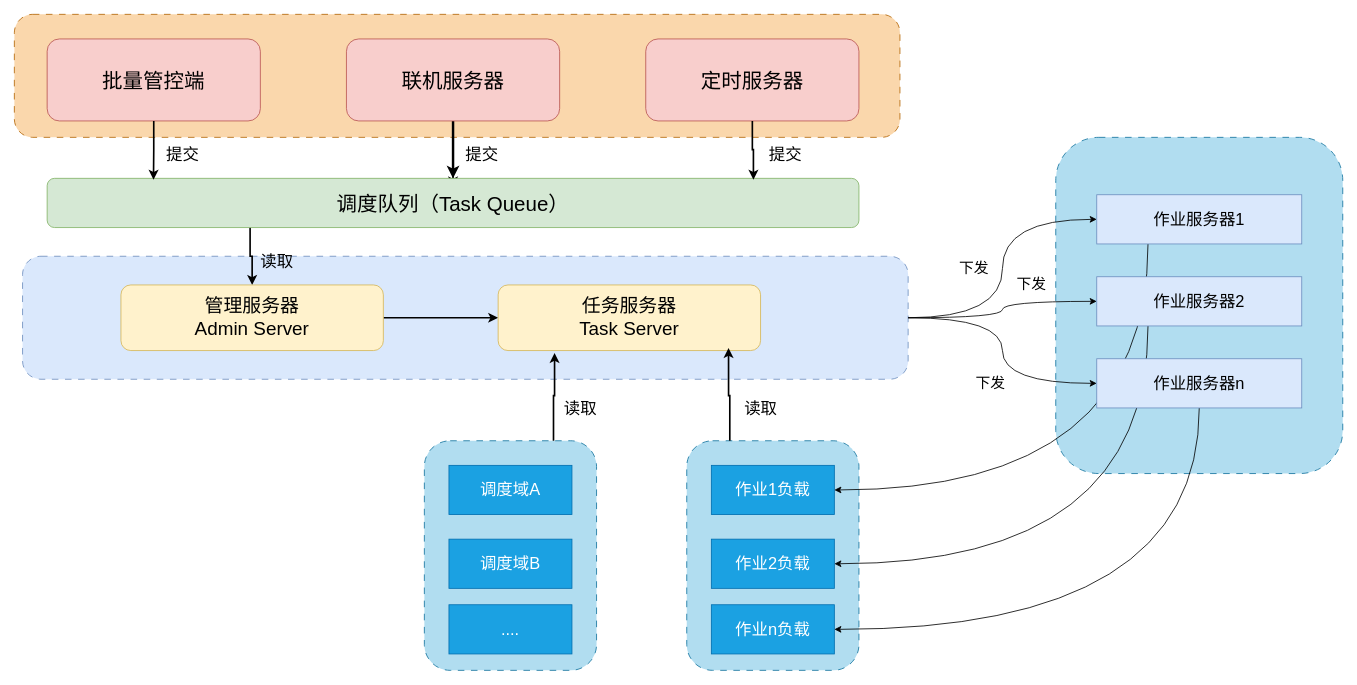
This is 批量交易.drawio from paidaxingz/draw.io, a draw.io file, before an edit. Source tidied: cells renumbered, new cells numbered last; positions are measured from the earlier drawing's top-left corner, leaving out a move shared by most shapes. Both pictures are drawn from the tidied source at 82%, with x=0, y=0 at pixel (14, 14).
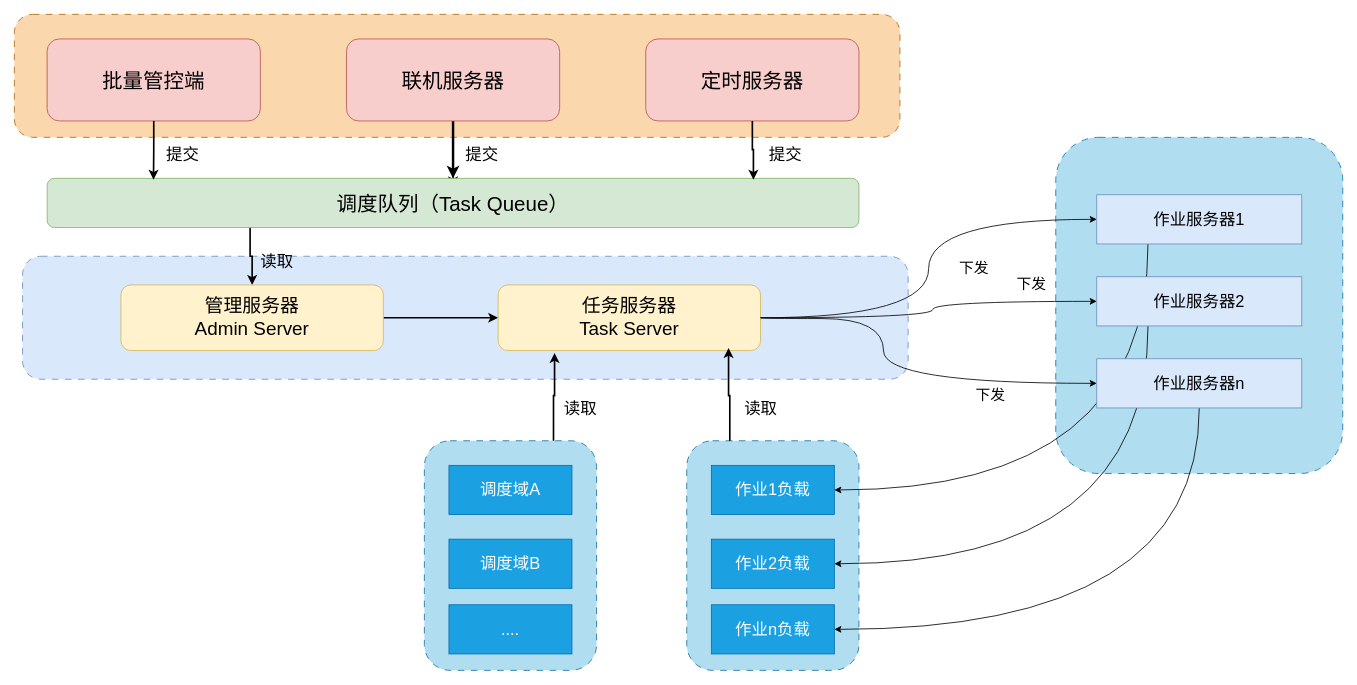
The same page after the edit.

Commit message (it also covers changes not shown here):
更新批量交易.drawio

The change refers to these unchanged cells:
```xml
<mxCell id="2" style="rounded=1;whiteSpace=wrap;html=1;dashed=1;dashPattern=8 8;fillColor=#dae8fc;strokeColor=#6c8ebf;" parent="1" vertex="1">
  <mxGeometry x="10" y="295" width="1080" height="150" as="geometry" />
</mxCell>
<mxCell id="13" value="任务服务器&lt;div&gt;Task Server&lt;/div&gt;" style="rounded=1;whiteSpace=wrap;html=1;fontSize=23;fillColor=#fff2cc;strokeColor=#d6b656;" parent="1" vertex="1">
  <mxGeometry x="590" y="330" width="320" height="80" as="geometry" />
</mxCell>
<mxCell id="34" value="&lt;span style=&quot;font-size: 20px;&quot;&gt;作业服务器1&lt;/span&gt;" style="rounded=0;whiteSpace=wrap;html=1;fontSize=22;fillColor=#dae8fc;strokeColor=#6c8ebf;" parent="1" vertex="1">
  <mxGeometry x="1320" y="220" width="250" height="60" as="geometry" />
</mxCell>
<mxCell id="36" value="&lt;span style=&quot;font-size: 20px;&quot;&gt;作业服务器2&lt;/span&gt;" style="rounded=0;whiteSpace=wrap;html=1;fontSize=22;fillColor=#dae8fc;strokeColor=#6c8ebf;" parent="1" vertex="1">
  <mxGeometry x="1320" y="320" width="250" height="60" as="geometry" />
</mxCell>
<mxCell id="38" value="&lt;span style=&quot;font-size: 20px;&quot;&gt;作业服务器n&lt;/span&gt;" style="rounded=0;whiteSpace=wrap;html=1;fontSize=22;fillColor=#dae8fc;strokeColor=#6c8ebf;" parent="1" vertex="1">
  <mxGeometry x="1320" y="420" width="250" height="60" as="geometry" />
</mxCell>
```

The edit, as a diff of the source:
```diff
@@
-    <mxCell id="39" style="edgeStyle=orthogonalEdgeStyle;rounded=0;jettySize=auto;html=1;exitX=1;exitY=0.5;exitDx=0;exitDy=0;entryX=0;entryY=0.5;entryDx=0;entryDy=0;curved=1;" parent="1" edge="1" source="2" target="38">
-      <mxGeometry relative="1" as="geometry" />
+    <mxCell id="39" style="edgeStyle=orthogonalEdgeStyle;rounded=0;jettySize=auto;html=1;entryX=0;entryY=0.5;entryDx=0;entryDy=0;curved=1;" parent="1" edge="1" target="38">
+      <mxGeometry relative="1" as="geometry">
+        <mxPoint x="910" y="370" as="sourcePoint" />
+        <Array as="points">
+          <mxPoint x="910" y="371" />
+          <mxPoint x="1060" y="371" />
+          <mxPoint x="1060" y="450" />
+        </Array>
+      </mxGeometry>
     </mxCell>
-    <mxCell id="40" style="edgeStyle=orthogonalEdgeStyle;rounded=0;jettySize=auto;html=1;exitX=1;exitY=0.5;exitDx=0;exitDy=0;entryX=0;entryY=0.5;entryDx=0;entryDy=0;curved=1;" parent="1" edge="1" source="2" target="36">
-      <mxGeometry relative="1" as="geometry" />
+    <mxCell id="40" style="edgeStyle=orthogonalEdgeStyle;rounded=0;jettySize=auto;html=1;exitX=1;exitY=0.5;exitDx=0;exitDy=0;entryX=0;entryY=0.5;entryDx=0;entryDy=0;curved=1;" parent="1" edge="1" source="13" target="36">
+      <mxGeometry relative="1" as="geometry">
+        <Array as="points">
+          <mxPoint x="1120" y="370" />
+          <mxPoint x="1120" y="350" />
+        </Array>
+      </mxGeometry>
     </mxCell>
-    <mxCell id="41" style="edgeStyle=orthogonalEdgeStyle;rounded=0;jettySize=auto;html=1;exitX=1;exitY=0.5;exitDx=0;exitDy=0;entryX=0;entryY=0.5;entryDx=0;entryDy=0;curved=1;" parent="1" edge="1" source="2" target="34">
+    <mxCell id="41" style="edgeStyle=orthogonalEdgeStyle;rounded=0;jettySize=auto;html=1;exitX=1;exitY=0.5;exitDx=0;exitDy=0;entryX=0;entryY=0.5;entryDx=0;entryDy=0;curved=1;" parent="1" edge="1" source="13" target="34">
       <mxGeometry relative="1" as="geometry" />
     </mxCell>
@@
     <mxCell id="44" value="&lt;font style=&quot;font-size: 18px;&quot;&gt;下发&lt;/font&gt;" style="text;html=1;align=center;verticalAlign=middle;strokeColor=none;fillColor=none;" parent="1" vertex="1">
-      <mxGeometry x="1160" y="430" width="60" height="40" as="geometry" />
+      <mxGeometry x="1160" y="445" width="60" height="40" as="geometry" />
     </mxCell>
```
